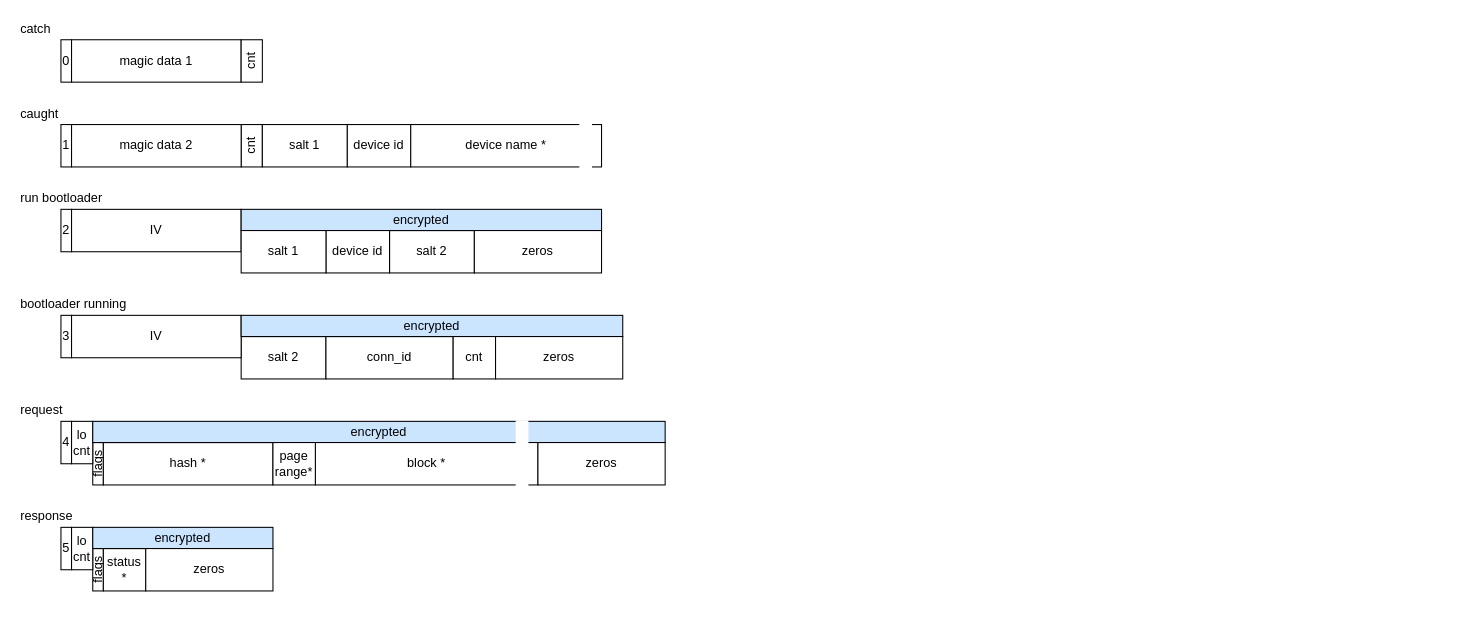
kildom/ohome-docs keeps this draw.io diagram as img/RecoveryBootPackets.drawio. Above is the earlier version. Source tidied: cells renumbered, new cells numbered last; positions are measured from the earlier drawing's top-left corner, leaving out a move shared by most shapes. Both pictures are drawn from the tidied source at 106%, with x=0, y=0 at pixel (18, 18).
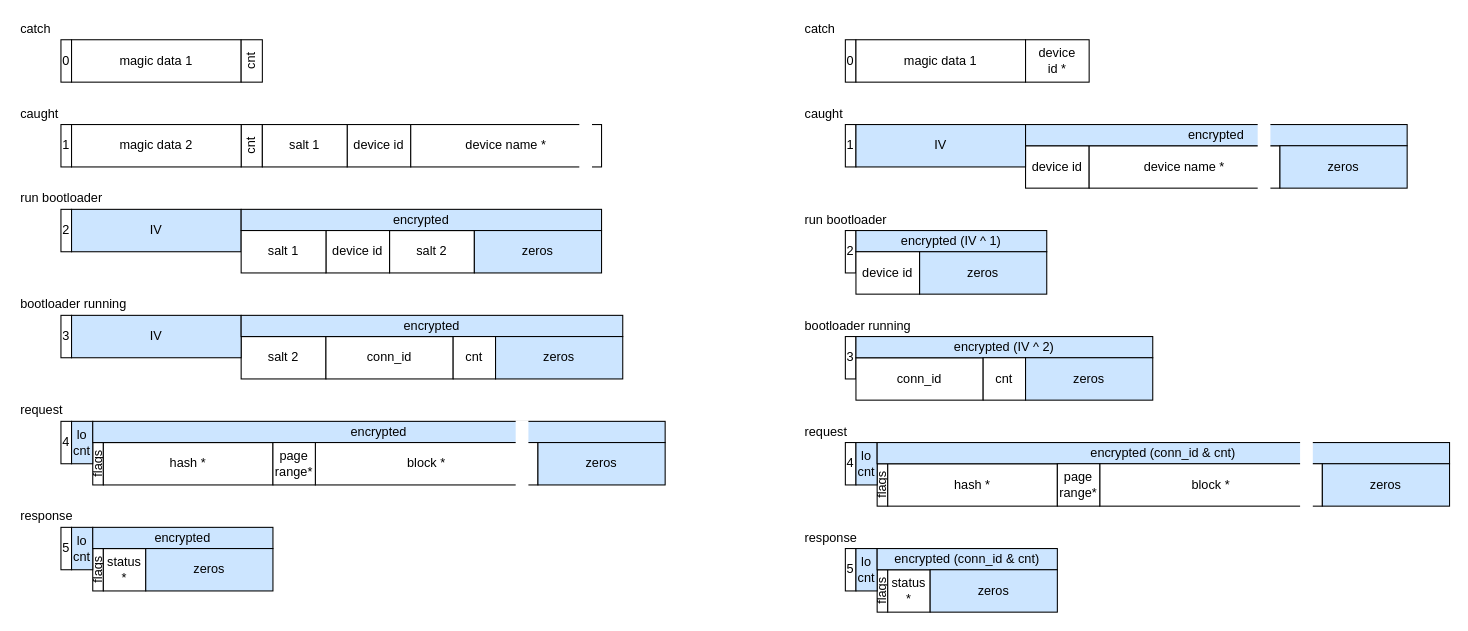
The same page after the edit.

The edit, as a diff of the source:
```diff
@@
-    <mxCell id="13" value="IV" style="rounded=0;whiteSpace=wrap;html=1;fontFamily=sans-serif;" parent="1" vertex="1">
+    <mxCell id="13" value="IV" style="rounded=0;whiteSpace=wrap;html=1;fontFamily=sans-serif;fillColor=#CCE5FF;" parent="1" vertex="1">
       <mxGeometry x="50" y="180" width="160" height="40" as="geometry" />
     </mxCell>
@@
-    <mxCell id="20" value="IV" style="rounded=0;whiteSpace=wrap;html=1;fontFamily=sans-serif;" parent="1" vertex="1">
+    <mxCell id="20" value="IV" style="rounded=0;whiteSpace=wrap;html=1;fontFamily=sans-serif;fillColor=#CCE5FF;" parent="1" vertex="1">
       <mxGeometry x="50" y="280" width="160" height="40" as="geometry" />
     </mxCell>
@@
-    <mxCell id="27" value="lo&lt;br&gt;cnt" style="rounded=0;whiteSpace=wrap;html=1;fontFamily=sans-serif;" parent="1" vertex="1">
+    <mxCell id="27" value="lo&lt;br&gt;cnt" style="rounded=0;whiteSpace=wrap;html=1;fontFamily=sans-serif;fillColor=#CCE5FF;" parent="1" vertex="1">
       <mxGeometry x="50" y="380" width="20" height="40" as="geometry" />
     </mxCell>
@@
-    <mxCell id="36" value="lo&lt;br&gt;cnt" style="rounded=0;whiteSpace=wrap;html=1;fontFamily=sans-serif;" parent="1" vertex="1">
+    <mxCell id="36" value="lo&lt;br&gt;cnt" style="rounded=0;whiteSpace=wrap;html=1;fontFamily=sans-serif;fillColor=#CCE5FF;" parent="1" vertex="1">
       <mxGeometry x="50" y="480" width="20" height="40" as="geometry" />
     </mxCell>
@@
-    <mxCell id="38" value="zeros" style="rounded=0;whiteSpace=wrap;html=1;fontFamily=sans-serif;" parent="1" vertex="1">
+    <mxCell id="38" value="zeros" style="rounded=0;whiteSpace=wrap;html=1;fontFamily=sans-serif;fillColor=#CCE5FF;" parent="1" vertex="1">
       <mxGeometry x="430" y="200" width="120" height="40" as="geometry" />
     </mxCell>
-    <mxCell id="39" value="zeros" style="rounded=0;whiteSpace=wrap;html=1;fontFamily=sans-serif;" parent="1" vertex="1">
+    <mxCell id="39" value="zeros" style="rounded=0;whiteSpace=wrap;html=1;fontFamily=sans-serif;fillColor=#CCE5FF;" parent="1" vertex="1">
       <mxGeometry x="450" y="300" width="120" height="40" as="geometry" />
     </mxCell>
-    <mxCell id="40" value="zeros" style="rounded=0;whiteSpace=wrap;html=1;fontFamily=sans-serif;" parent="1" vertex="1">
+    <mxCell id="40" value="zeros" style="rounded=0;whiteSpace=wrap;html=1;fontFamily=sans-serif;fillColor=#CCE5FF;" parent="1" vertex="1">
       <mxGeometry x="490" y="400" width="120" height="40" as="geometry" />
     </mxCell>
-    <mxCell id="41" value="zeros" style="rounded=0;whiteSpace=wrap;html=1;fontFamily=sans-serif;" parent="1" vertex="1">
+    <mxCell id="41" value="zeros" style="rounded=0;whiteSpace=wrap;html=1;fontFamily=sans-serif;fillColor=#CCE5FF;" parent="1" vertex="1">
       <mxGeometry x="120" y="500" width="120" height="40" as="geometry" />
     </mxCell>
@@
+    <mxCell id="47" value="0" style="rounded=0;whiteSpace=wrap;html=1;fontFamily=sans-serif;" parent="1" vertex="1">
+      <mxGeometry x="780" y="20" width="10" height="40" as="geometry" />
+    </mxCell>
+    <mxCell id="48" value="magic data 1" style="rounded=0;whiteSpace=wrap;html=1;fontFamily=sans-serif;" parent="1" vertex="1">
+      <mxGeometry x="790" y="20" width="160" height="40" as="geometry" />
+    </mxCell>
+    <mxCell id="49" value="1" style="rounded=0;whiteSpace=wrap;html=1;fontFamily=sans-serif;" parent="1" vertex="1">
+      <mxGeometry x="780" y="100" width="10" height="40" as="geometry" />
+    </mxCell>
+    <mxCell id="50" value="device id" style="rounded=0;whiteSpace=wrap;html=1;fontFamily=sans-serif;" parent="1" vertex="1">
+      <mxGeometry x="950" y="120" width="60" height="40" as="geometry" />
+    </mxCell>
+    <mxCell id="51" value="2" style="rounded=0;whiteSpace=wrap;html=1;fontFamily=sans-serif;" parent="1" vertex="1">
+      <mxGeometry x="780" y="200" width="10" height="40" as="geometry" />
+    </mxCell>
+    <mxCell id="52" value="catch" style="text;html=1;strokeColor=none;fillColor=none;align=left;verticalAlign=middle;whiteSpace=wrap;rounded=0;fontFamily=sans-serif;" parent="1" vertex="1">
+      <mxGeometry x="740" width="180" height="20" as="geometry" />
+    </mxCell>
+    <mxCell id="53" value="caught" style="text;html=1;strokeColor=none;fillColor=none;align=left;verticalAlign=middle;whiteSpace=wrap;rounded=0;fontFamily=sans-serif;" parent="1" vertex="1">
+      <mxGeometry x="740" y="80" width="180" height="20" as="geometry" />
+    </mxCell>
+    <mxCell id="54" value="run bootloader" style="text;html=1;strokeColor=none;fillColor=none;align=left;verticalAlign=middle;whiteSpace=wrap;rounded=0;fontFamily=sans-serif;" parent="1" vertex="1">
+      <mxGeometry x="740" y="180" width="180" height="20" as="geometry" />
+    </mxCell>
+    <mxCell id="55" value="encrypted (IV ^ 1)" style="rounded=0;whiteSpace=wrap;html=1;fillColor=#CCE5FF;fontFamily=sans-serif;" parent="1" vertex="1">
+      <mxGeometry x="790" y="200" width="180" height="20" as="geometry" />
+    </mxCell>
+    <mxCell id="56" value="3" style="rounded=0;whiteSpace=wrap;html=1;fontFamily=sans-serif;" parent="1" vertex="1">
+      <mxGeometry x="780" y="300" width="10" height="40" as="geometry" />
+    </mxCell>
+    <mxCell id="57" value="conn_id" style="rounded=0;whiteSpace=wrap;html=1;fontFamily=sans-serif;" parent="1" vertex="1">
+      <mxGeometry x="790" y="320" width="120" height="40" as="geometry" />
+    </mxCell>
+    <mxCell id="58" value="bootloader running" style="text;html=1;strokeColor=none;fillColor=none;align=left;verticalAlign=middle;whiteSpace=wrap;rounded=0;fontFamily=sans-serif;" parent="1" vertex="1">
+      <mxGeometry x="740" y="280" width="180" height="20" as="geometry" />
+    </mxCell>
+    <mxCell id="59" value="encrypted (IV ^ 2)" style="rounded=0;whiteSpace=wrap;html=1;fillColor=#CCE5FF;fontFamily=sans-serif;" parent="1" vertex="1">
+      <mxGeometry x="790" y="300" width="280" height="20" as="geometry" />
+    </mxCell>
+    <mxCell id="60" value="cnt" style="rounded=0;whiteSpace=wrap;html=1;fontFamily=sans-serif;" parent="1" vertex="1">
+      <mxGeometry x="910" y="320" width="40" height="40" as="geometry" />
+    </mxCell>
+    <mxCell id="61" value="4" style="rounded=0;whiteSpace=wrap;html=1;fontFamily=sans-serif;" parent="1" vertex="1">
+      <mxGeometry x="780" y="400" width="10" height="40" as="geometry" />
+    </mxCell>
+    <mxCell id="62" value="flags" style="rounded=0;whiteSpace=wrap;html=1;horizontal=0;fontFamily=sans-serif;" parent="1" vertex="1">
+      <mxGeometry x="810" y="420" width="10" height="40" as="geometry" />
+    </mxCell>
+    <mxCell id="63" value="hash *" style="rounded=0;whiteSpace=wrap;html=1;fontFamily=sans-serif;" parent="1" vertex="1">
+      <mxGeometry x="820" y="420" width="160" height="40" as="geometry" />
+    </mxCell>
+    <mxCell id="64" value="request" style="text;html=1;strokeColor=none;fillColor=none;align=left;verticalAlign=middle;whiteSpace=wrap;rounded=0;fontFamily=sans-serif;" parent="1" vertex="1">
+      <mxGeometry x="740" y="380" width="180" height="20" as="geometry" />
+    </mxCell>
+    <mxCell id="65" value="lo&lt;br&gt;cnt" style="rounded=0;whiteSpace=wrap;html=1;fontFamily=sans-serif;fillColor=#CCE5FF;" parent="1" vertex="1">
+      <mxGeometry x="790" y="400" width="20" height="40" as="geometry" />
+    </mxCell>
+    <mxCell id="66" value="encrypted (conn_id &amp;amp; cnt)" style="rounded=0;whiteSpace=wrap;html=1;fillColor=#CCE5FF;fontFamily=sans-serif;" parent="1" vertex="1">
+      <mxGeometry x="810" y="400" width="540" height="20" as="geometry" />
+    </mxCell>
+    <mxCell id="67" value="block *" style="rounded=0;whiteSpace=wrap;html=1;fontFamily=sans-serif;" parent="1" vertex="1">
+      <mxGeometry x="1020" y="420" width="210" height="40" as="geometry" />
+    </mxCell>
+    <mxCell id="68" value="page&lt;br&gt;range*" style="rounded=0;whiteSpace=wrap;html=1;fontFamily=sans-serif;" parent="1" vertex="1">
+      <mxGeometry x="980" y="420" width="40" height="40" as="geometry" />
+    </mxCell>
+    <mxCell id="69" style="rounded=0;whiteSpace=wrap;html=1;fillColor=#FFFFFF;align=left;strokeColor=#FFFFFF;strokeWidth=2;fontFamily=sans-serif;" parent="1" vertex="1">
+      <mxGeometry x="1210" y="400" width="10" height="60" as="geometry" />
+    </mxCell>
+    <mxCell id="70" value="5" style="rounded=0;whiteSpace=wrap;html=1;fontFamily=sans-serif;" parent="1" vertex="1">
+      <mxGeometry x="780" y="500" width="10" height="40" as="geometry" />
+    </mxCell>
+    <mxCell id="71" value="flags" style="rounded=0;whiteSpace=wrap;html=1;horizontal=0;fontFamily=sans-serif;" parent="1" vertex="1">
+      <mxGeometry x="810" y="520" width="10" height="40" as="geometry" />
+    </mxCell>
+    <mxCell id="72" value="status *" style="rounded=0;whiteSpace=wrap;html=1;fontFamily=sans-serif;" parent="1" vertex="1">
+      <mxGeometry x="820" y="520" width="40" height="40" as="geometry" />
+    </mxCell>
+    <mxCell id="73" value="response" style="text;html=1;strokeColor=none;fillColor=none;align=left;verticalAlign=middle;whiteSpace=wrap;rounded=0;fontFamily=sans-serif;" parent="1" vertex="1">
+      <mxGeometry x="740" y="480" width="180" height="20" as="geometry" />
+    </mxCell>
+    <mxCell id="74" value="lo&lt;br&gt;cnt" style="rounded=0;whiteSpace=wrap;html=1;fontFamily=sans-serif;fillColor=#CCE5FF;" parent="1" vertex="1">
+      <mxGeometry x="790" y="500" width="20" height="40" as="geometry" />
+    </mxCell>
+    <mxCell id="75" value="encrypted (conn_id &amp;amp; cnt)" style="rounded=0;whiteSpace=wrap;html=1;fillColor=#CCE5FF;fontFamily=sans-serif;" parent="1" vertex="1">
+      <mxGeometry x="810" y="500" width="170" height="20" as="geometry" />
+    </mxCell>
+    <mxCell id="76" value="zeros" style="rounded=0;whiteSpace=wrap;html=1;fontFamily=sans-serif;fillColor=#CCE5FF;" parent="1" vertex="1">
+      <mxGeometry x="850" y="220" width="120" height="40" as="geometry" />
+    </mxCell>
+    <mxCell id="77" value="zeros" style="rounded=0;whiteSpace=wrap;html=1;fontFamily=sans-serif;fillColor=#CCE5FF;" parent="1" vertex="1">
+      <mxGeometry x="950" y="320" width="120" height="40" as="geometry" />
+    </mxCell>
+    <mxCell id="78" value="zeros" style="rounded=0;whiteSpace=wrap;html=1;fontFamily=sans-serif;fillColor=#CCE5FF;" parent="1" vertex="1">
+      <mxGeometry x="1230" y="420" width="120" height="40" as="geometry" />
+    </mxCell>
+    <mxCell id="79" value="zeros" style="rounded=0;whiteSpace=wrap;html=1;fontFamily=sans-serif;fillColor=#CCE5FF;" parent="1" vertex="1">
+      <mxGeometry x="860" y="520" width="120" height="40" as="geometry" />
+    </mxCell>
+    <mxCell id="80" value="device name *" style="rounded=0;whiteSpace=wrap;html=1;fontFamily=sans-serif;" parent="1" vertex="1">
+      <mxGeometry x="1010" y="120" width="180" height="40" as="geometry" />
+    </mxCell>
+    <mxCell id="81" value="device id" style="rounded=0;whiteSpace=wrap;html=1;fontFamily=sans-serif;" parent="1" vertex="1">
+      <mxGeometry x="790" y="220" width="60" height="40" as="geometry" />
+    </mxCell>
+    <mxCell id="82" value="IV" style="rounded=0;whiteSpace=wrap;html=1;fontFamily=sans-serif;fillColor=#CCE5FF;" parent="1" vertex="1">
+      <mxGeometry x="790" y="100" width="160" height="40" as="geometry" />
+    </mxCell>
+    <mxCell id="83" value="encrypted" style="rounded=0;whiteSpace=wrap;html=1;fillColor=#CCE5FF;fontFamily=sans-serif;" parent="1" vertex="1">
+      <mxGeometry x="950" y="100" width="360" height="20" as="geometry" />
+    </mxCell>
+    <mxCell id="84" value="zeros" style="rounded=0;whiteSpace=wrap;html=1;fontFamily=sans-serif;fillColor=#CCE5FF;" parent="1" vertex="1">
+      <mxGeometry x="1190" y="120" width="120" height="40" as="geometry" />
+    </mxCell>
+    <mxCell id="85" style="rounded=0;whiteSpace=wrap;html=1;fillColor=#FFFFFF;align=left;strokeColor=#FFFFFF;strokeWidth=2;fontFamily=sans-serif;" parent="1" vertex="1">
+      <mxGeometry x="1170" y="90" width="10" height="80" as="geometry" />
+    </mxCell>
+    <mxCell id="86" value="&lt;div&gt;device&lt;/div&gt;&lt;div&gt;id *&lt;br&gt;&lt;/div&gt;" style="rounded=0;whiteSpace=wrap;html=1;fontFamily=sans-serif;" parent="1" vertex="1">
+      <mxGeometry x="950" y="20" width="60" height="40" as="geometry" />
+    </mxCell>
```
